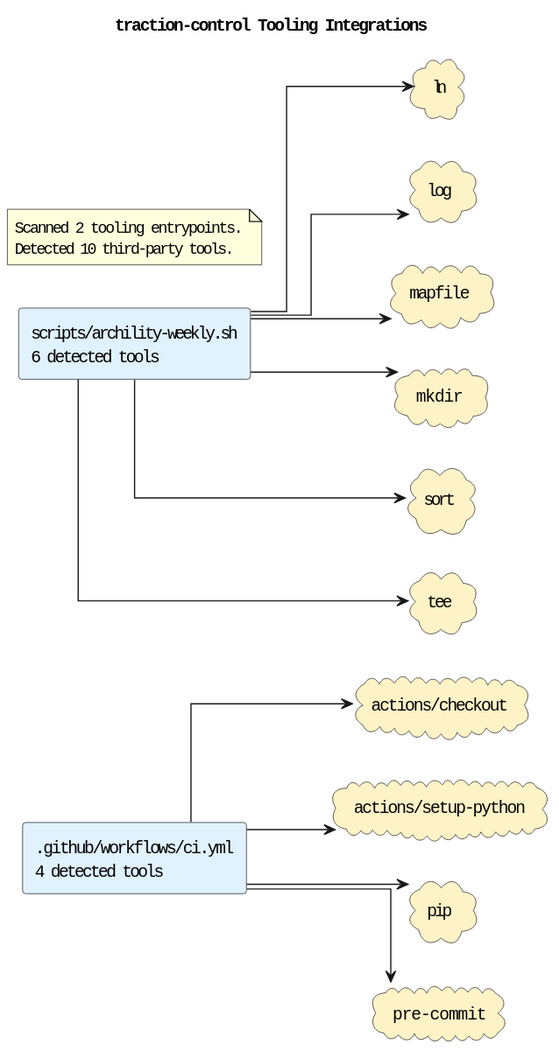
Above: docs/diagrams/tooling-integrations.puml.svg in casonk/traction-control (PlantUML), before the change. Its diagram source:
```plantuml
@startuml
title traction-control Tooling Integrations
left to right direction
skinparam shadowing false
skinparam defaultFontName Monospace
skinparam componentStyle rectangle
skinparam linetype ortho
rectangle ".github/workflows/ci.yml\n4 detected tools" as source_github_workflows_ci_yml #E0F2FE
rectangle "scripts/archility-weekly.sh\n6 detected tools" as source_scripts_archility_weekly_sh #E0F2FE
cloud "actions/checkout" as tool_actions_checkout #FEF3C7
cloud "actions/setup-python" as tool_actions_setup_python #FEF3C7
cloud "ln" as tool_ln #FEF3C7
cloud "log" as tool_log #FEF3C7
cloud "mapfile" as tool_mapfile #FEF3C7
cloud "mkdir" as tool_mkdir #FEF3C7
cloud "pip" as tool_pip #FEF3C7
cloud "pre-commit" as tool_pre_commit #FEF3C7
cloud "sort" as tool_sort #FEF3C7
cloud "tee" as tool_tee #FEF3C7
source_github_workflows_ci_yml --> tool_actions_checkout
source_github_workflows_ci_yml --> tool_actions_setup_python
source_github_workflows_ci_yml --> tool_pip
source_github_workflows_ci_yml --> tool_pre_commit
source_scripts_archility_weekly_sh --> tool_ln
source_scripts_archility_weekly_sh --> tool_log
source_scripts_archility_weekly_sh --> tool_mapfile
source_scripts_archility_weekly_sh --> tool_mkdir
source_scripts_archility_weekly_sh --> tool_sort
source_scripts_archility_weekly_sh --> tool_tee
note as toolingGraphSummary
Scanned 2 tooling entrypoints.
Detected 10 third-party tools.
end note
@enduml
```
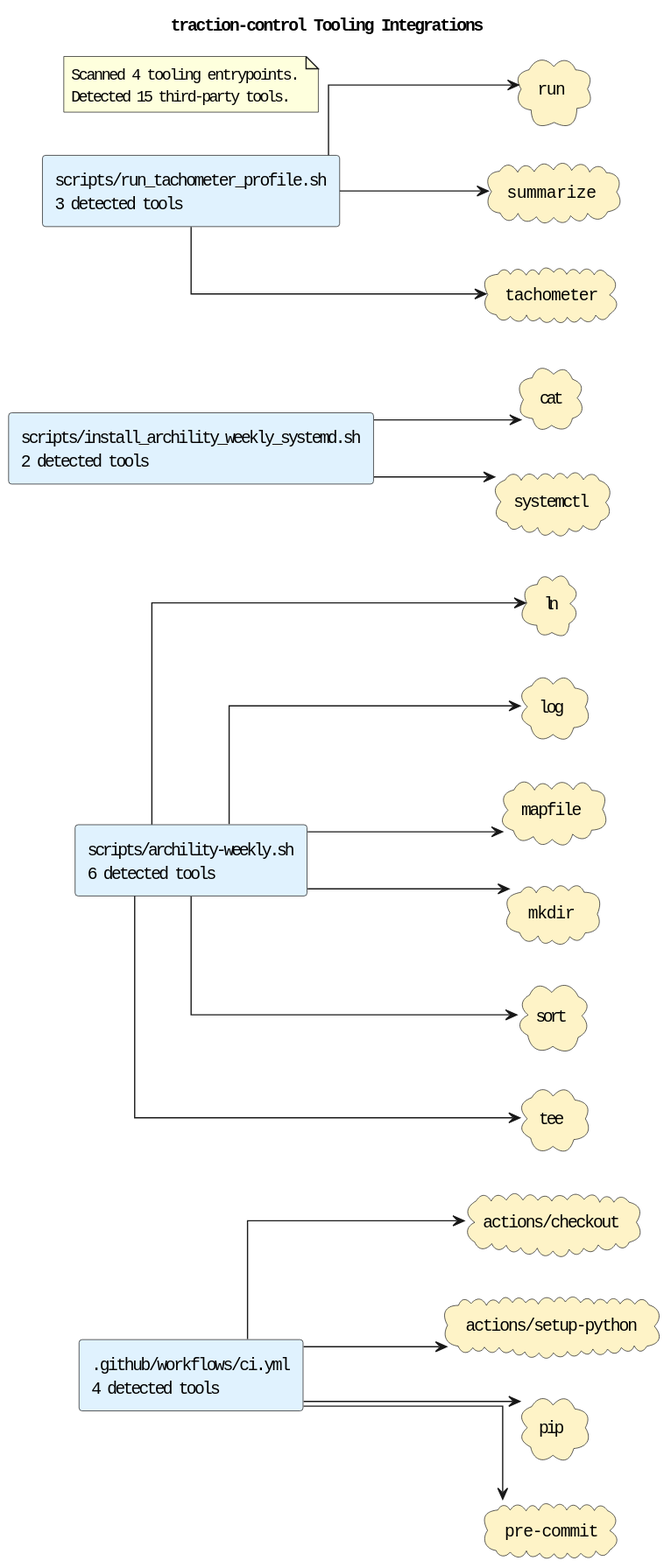
The same diagram one commit later.

Diff of the diagram source:
```diff
@@ -7,15 +7,22 @@
 skinparam linetype ortho
 rectangle ".github/workflows/ci.yml\n4 detected tools" as source_github_workflows_ci_yml #E0F2FE
 rectangle "scripts/archility-weekly.sh\n6 detected tools" as source_scripts_archility_weekly_sh #E0F2FE
+rectangle "scripts/install_archility_weekly_systemd.sh\n2 detected tools" as source_scripts_install_archility_weekly_systemd_sh #E0F2FE
+rectangle "scripts/run_tachometer_profile.sh\n3 detected tools" as source_scripts_run_tachometer_profile_sh #E0F2FE
 cloud "actions/checkout" as tool_actions_checkout #FEF3C7
 cloud "actions/setup-python" as tool_actions_setup_python #FEF3C7
+cloud "cat" as tool_cat #FEF3C7
 cloud "ln" as tool_ln #FEF3C7
 cloud "log" as tool_log #FEF3C7
 cloud "mapfile" as tool_mapfile #FEF3C7
 cloud "mkdir" as tool_mkdir #FEF3C7
 cloud "pip" as tool_pip #FEF3C7
 cloud "pre-commit" as tool_pre_commit #FEF3C7
+cloud "run" as tool_run #FEF3C7
 cloud "sort" as tool_sort #FEF3C7
+cloud "summarize" as tool_summarize #FEF3C7
+cloud "systemctl" as tool_systemctl #FEF3C7
+cloud "tachometer" as tool_tachometer #FEF3C7
 cloud "tee" as tool_tee #FEF3C7
 source_github_workflows_ci_yml --> tool_actions_checkout
 source_github_workflows_ci_yml --> tool_actions_setup_python
@@ -27,8 +34,13 @@
 source_scripts_archility_weekly_sh --> tool_mkdir
 source_scripts_archility_weekly_sh --> tool_sort
 source_scripts_archility_weekly_sh --> tool_tee
+source_scripts_install_archility_weekly_systemd_sh --> tool_cat
+source_scripts_install_archility_weekly_systemd_sh --> tool_systemctl
+source_scripts_run_tachometer_profile_sh --> tool_run
+source_scripts_run_tachometer_profile_sh --> tool_summarize
+source_scripts_run_tachometer_profile_sh --> tool_tachometer
 note as toolingGraphSummary
-Scanned 2 tooling entrypoints.
-Detected 10 third-party tools.
+Scanned 4 tooling entrypoints.
+Detected 15 third-party tools.
 end note
 @enduml
```
